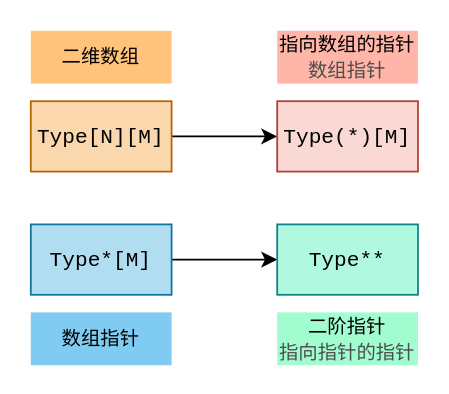
This is images/generalized_parts/drawio/05_type_conversions_between_array_and_pointer.drawio from cppHusky/cppHusky-cpp-Tutorial, a draw.io file, before an edit. Source tidied: cells renumbered, new cells numbered last; positions are measured from the earlier drawing's top-left corner, leaving out a move shared by most shapes. Both pictures are drawn from the tidied source at 176%, with x=0, y=0 at pixel (30, 30).
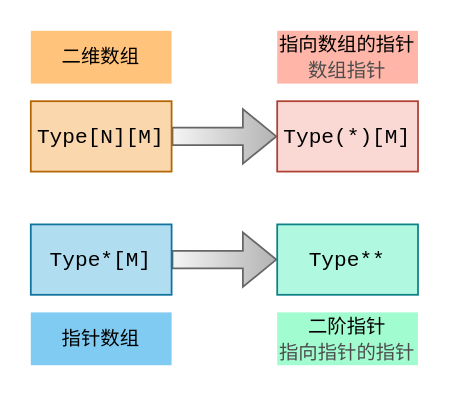
The same page after the edit.

Change to the diagram source:
```diff
@@
 <mxGraphModel>
   <root>
     <mxCell id="0" />
     <mxCell id="1" parent="0" />
-    <mxCell id="2" style="edgeStyle=orthogonalEdgeStyle;rounded=0;jettySize=auto;html=1;" parent="1" edge="1" source="3" target="4">
+    <mxCell id="2" style="edgeStyle=orthogonalEdgeStyle;rounded=0;jettySize=auto;html=1;shape=flexArrow;fillColor=#f5f5f5;gradientColor=#b3b3b3;strokeColor=#666666;gradientDirection=east;" parent="1" edge="1" source="3" target="4">
       <mxGeometry relative="1" as="geometry" />
     </mxCell>
     <mxCell id="3" value="&lt;font face=&quot;consolas&quot;&gt;Type[N][M]&lt;/font&gt;" style="rounded=0;whiteSpace=wrap;html=1;fillColor=#fad7ac;strokeColor=#b46504;" parent="1" vertex="1">
       <mxGeometry y="40" width="80" height="40" as="geometry" />
     </mxCell>
     <mxCell id="4" value="&lt;font face=&quot;consolas&quot;&gt;Type(*)[M]&lt;/font&gt;" style="rounded=0;whiteSpace=wrap;html=1;fillColor=#fad9d5;strokeColor=#ae4132;" parent="1" vertex="1">
       <mxGeometry x="140" y="40" width="80" height="40" as="geometry" />
     </mxCell>
-    <mxCell id="5" style="edgeStyle=orthogonalEdgeStyle;rounded=0;jettySize=auto;html=1;" parent="1" edge="1" source="6" target="7">
+    <mxCell id="5" style="edgeStyle=orthogonalEdgeStyle;rounded=0;jettySize=auto;html=1;shape=flexArrow;fillColor=#f5f5f5;gradientColor=#b3b3b3;strokeColor=#666666;gradientDirection=east;" parent="1" edge="1" source="6" target="7">
       <mxGeometry relative="1" as="geometry" />
     </mxCell>
     <mxCell id="6" value="&lt;font face=&quot;consolas&quot;&gt;Type*[M]&lt;/font&gt;" style="rounded=0;whiteSpace=wrap;html=1;fillColor=#b1ddf0;strokeColor=#10739e;" parent="1" vertex="1">
       <mxGeometry y="110" width="80" height="40" as="geometry" />
     </mxCell>
     <mxCell id="7" value="&lt;font face=&quot;consolas&quot;&gt;Type**&lt;/font&gt;" style="rounded=0;whiteSpace=wrap;html=1;fillColor=#B0F9E0;strokeColor=#0E8088;" parent="1" vertex="1">
       <mxGeometry x="140" y="110" width="80" height="40" as="geometry" />
     </mxCell>
     <mxCell id="8" value="&lt;font style=&quot;font-size: 11px;&quot;&gt;二维数组&lt;/font&gt;" style="text;html=1;strokeColor=none;fillColor=#ffc37b;align=center;verticalAlign=middle;whiteSpace=wrap;rounded=0;" parent="1" vertex="1">
       <mxGeometry width="80" height="30" as="geometry" />
     </mxCell>
     <mxCell id="9" value="&lt;font style=&quot;font-size: 11px;&quot;&gt;指向数组的指针&lt;br&gt;&lt;font color=&quot;#4d4d4d&quot;&gt;数组指针&lt;/font&gt;&lt;br&gt;&lt;/font&gt;" style="text;html=1;strokeColor=none;fillColor=#ffb5a8;align=center;verticalAlign=middle;whiteSpace=wrap;rounded=0;" parent="1" vertex="1">
       <mxGeometry x="140" width="80" height="30" as="geometry" />
     </mxCell>
-    <mxCell id="10" value="&lt;span style=&quot;font-size: 11px;&quot;&gt;数组指针&lt;/span&gt;" style="text;html=1;strokeColor=none;fillColor=#80cbf2;align=center;verticalAlign=middle;whiteSpace=wrap;rounded=0;" parent="1" vertex="1">
+    <mxCell id="10" value="&lt;span style=&quot;font-size: 11px;&quot;&gt;指针数组&lt;/span&gt;" style="text;html=1;strokeColor=none;fillColor=#80cbf2;align=center;verticalAlign=middle;whiteSpace=wrap;rounded=0;" parent="1" vertex="1">
       <mxGeometry y="160" width="80" height="30" as="geometry" />
     </mxCell>
     <mxCell id="11" value="&lt;span style=&quot;font-size: 11px;&quot;&gt;二阶指针&lt;br&gt;&lt;font color=&quot;#4d4d4d&quot;&gt;指向指针的指针&lt;/font&gt;&lt;br&gt;&lt;/span&gt;" style="text;html=1;strokeColor=none;fillColor=#a1fcd0;align=center;verticalAlign=middle;whiteSpace=wrap;rounded=0;" parent="1" vertex="1">
       <mxGeometry x="140" y="160" width="80" height="30" as="geometry" />
     </mxCell>
   </root>
 </mxGraphModel>
```
